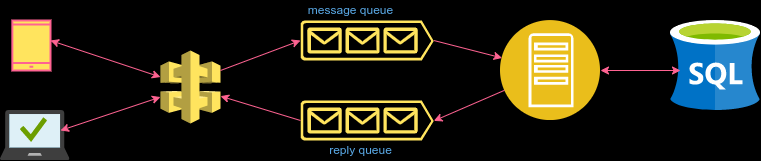
The draw.io diagram system-design.drawio.png in sderohan/todo-eda-go, before a commit. Source tidied: cells renumbered, new cells last; positions are measured from the earlier drawing's top-left corner, leaving out a move shared by most shapes.
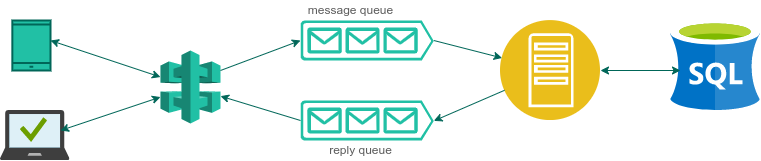
The same file after the commit.

What changed in the source:
```diff
@@ -1,64 +1,64 @@
-<mxGraphModel background="#000000">
+<mxGraphModel>
   <root>
     <mxCell id="0" />
     <mxCell id="1" parent="0" />
-    <mxCell id="2" style="html=1;verticalLabelPosition=bottom;align=center;verticalAlign=top;strokeWidth=2;strokeColor=#FF6392;shadow=0;dashed=0;shape=mxgraph.ios7.icons.smartphone;fillColor=#FFE45E;fontColor=#5AA9E6;rounded=0;" parent="1" vertex="1">
+    <mxCell id="2" style="html=1;verticalLabelPosition=bottom;align=center;verticalAlign=top;strokeWidth=2;strokeColor=#006658;shadow=0;dashed=0;shape=mxgraph.ios7.icons.smartphone;fillColor=#21C0A5;fontColor=#5C5C5C;rounded=0;" parent="1" vertex="1">
       <mxGeometry x="11.8" y="20" width="38.2" height="50" as="geometry" />
     </mxCell>
-    <mxCell id="3" style="sketch=0;html=1;align=center;image;fontSize=12;image=img/lib/mscae/Managed_Desktop.svg;fillColor=#FFE45E;strokeColor=#FF6392;fontColor=#5AA9E6;rounded=0;" parent="1" vertex="1">
+    <mxCell id="3" style="sketch=0;html=1;align=center;image;fontSize=12;image=img/lib/mscae/Managed_Desktop.svg;fillColor=#21C0A5;strokeColor=#006658;fontColor=#5C5C5C;rounded=0;" parent="1" vertex="1">
       <mxGeometry y="110" width="69.5" height="50" as="geometry" />
     </mxCell>
-    <mxCell id="4" style="outlineConnect=0;dashed=0;verticalLabelPosition=bottom;verticalAlign=top;align=center;html=1;shape=mxgraph.aws3.api_gateway;fillColor=#FFE45E;strokeColor=#FF6392;fontColor=#5AA9E6;rounded=0;" parent="1" vertex="1">
+    <mxCell id="4" style="outlineConnect=0;dashed=0;verticalLabelPosition=bottom;verticalAlign=top;align=center;html=1;shape=mxgraph.aws3.api_gateway;fillColor=#21C0A5;strokeColor=#006658;fontColor=#5C5C5C;rounded=0;" parent="1" vertex="1">
       <mxGeometry x="160" y="50" width="60" height="73" as="geometry" />
     </mxCell>
-    <mxCell id="5" style="sketch=0;shadow=0;dashed=0;html=1;strokeColor=none;labelPosition=center;verticalLabelPosition=bottom;verticalAlign=top;align=center;fillColor=#FFE45E;shape=mxgraph.azure.queue_generic;fontColor=#5AA9E6;rounded=0;" parent="1" vertex="1">
+    <mxCell id="5" style="sketch=0;shadow=0;dashed=0;html=1;strokeColor=none;labelPosition=center;verticalLabelPosition=bottom;verticalAlign=top;align=center;fillColor=#21C0A5;shape=mxgraph.azure.queue_generic;fontColor=#5C5C5C;rounded=0;" parent="1" vertex="1">
       <mxGeometry x="300" y="20" width="133.3" height="40" as="geometry" />
     </mxCell>
-    <mxCell id="6" style="perimeter=ellipsePerimeter;html=1;align=center;shadow=0;dashed=0;fontColor=#5AA9E6;fontSize=12;spacingTop=3;image;image=img/lib/ibm/applications/app_server.svg;fillColor=#FFE45E;strokeColor=#FF6392;rounded=0;" parent="1" vertex="1">
+    <mxCell id="6" style="perimeter=ellipsePerimeter;html=1;align=center;shadow=0;dashed=0;fontColor=#5C5C5C;fontSize=12;spacingTop=3;image;image=img/lib/ibm/applications/app_server.svg;fillColor=#21C0A5;strokeColor=#006658;rounded=0;" parent="1" vertex="1">
       <mxGeometry x="500" y="20" width="100" height="100" as="geometry" />
     </mxCell>
-    <mxCell id="7" style="sketch=0;shadow=0;dashed=0;html=1;strokeColor=none;labelPosition=center;verticalLabelPosition=bottom;verticalAlign=top;align=center;fillColor=#FFE45E;shape=mxgraph.azure.queue_generic;direction=east;fontColor=#5AA9E6;rounded=0;" parent="1" vertex="1">
+    <mxCell id="7" style="sketch=0;shadow=0;dashed=0;html=1;strokeColor=none;labelPosition=center;verticalLabelPosition=bottom;verticalAlign=top;align=center;fillColor=#21C0A5;shape=mxgraph.azure.queue_generic;direction=east;fontColor=#5C5C5C;rounded=0;" parent="1" vertex="1">
       <mxGeometry x="300" y="100" width="133.3" height="40" as="geometry" />
     </mxCell>
-    <mxCell id="8" style="sketch=0;html=1;align=center;image;fontSize=12;image=img/lib/mscae/dep/SQL_Server_Stretch_DB.svg;fillColor=#FFE45E;strokeColor=#FF6392;fontColor=#5AA9E6;rounded=0;" parent="1" vertex="1">
+    <mxCell id="8" style="sketch=0;html=1;align=center;image;fontSize=12;image=img/lib/mscae/dep/SQL_Server_Stretch_DB.svg;fillColor=#21C0A5;strokeColor=#006658;fontColor=#5C5C5C;rounded=0;" parent="1" vertex="1">
       <mxGeometry x="670" y="20" width="90" height="90" as="geometry" />
     </mxCell>
-    <mxCell id="9" style="endArrow=classic;html=1;rounded=0;strokeColor=#FF6392;fontColor=#5AA9E6;" parent="1" edge="1" target="6">
+    <mxCell id="9" style="endArrow=classic;html=1;rounded=0;strokeColor=#006658;fontColor=#5C5C5C;" parent="1" edge="1" target="6">
       <mxGeometry relative="1" as="geometry">
         <mxPoint x="433.3" y="40" as="sourcePoint" />
       </mxGeometry>
     </mxCell>
-    <mxCell id="10" style="endArrow=classic;html=1;rounded=0;entryX=1;entryY=0.51;entryDx=0;entryDy=0;entryPerimeter=0;strokeColor=#FF6392;fontColor=#5AA9E6;" parent="1" edge="1" source="6" target="7">
+    <mxCell id="10" style="endArrow=classic;html=1;rounded=0;entryX=1;entryY=0.51;entryDx=0;entryDy=0;entryPerimeter=0;strokeColor=#006658;fontColor=#5C5C5C;" parent="1" edge="1" source="6" target="7">
       <mxGeometry relative="1" as="geometry" />
     </mxCell>
-    <mxCell id="11" style="endArrow=classic;startArrow=classic;html=1;rounded=0;strokeColor=#FF6392;fontColor=#5AA9E6;" parent="1" edge="1" target="4">
+    <mxCell id="11" style="endArrow=classic;startArrow=classic;html=1;rounded=0;strokeColor=#006658;fontColor=#5C5C5C;" parent="1" edge="1" target="4">
       <mxGeometry relative="1" as="geometry">
         <mxPoint x="60" y="130" as="sourcePoint" />
       </mxGeometry>
     </mxCell>
-    <mxCell id="12" style="endArrow=classic;startArrow=classic;html=1;rounded=0;strokeColor=#FF6392;fontColor=#5AA9E6;" parent="1" edge="1" target="4">
+    <mxCell id="12" style="endArrow=classic;startArrow=classic;html=1;rounded=0;strokeColor=#006658;fontColor=#5C5C5C;" parent="1" edge="1" target="4">
       <mxGeometry relative="1" as="geometry">
         <mxPoint x="50" y="40" as="sourcePoint" />
       </mxGeometry>
     </mxCell>
-    <mxCell id="13" style="endArrow=classic;startArrow=classic;html=1;rounded=0;strokeColor=#FF6392;fontColor=#5AA9E6;" parent="1" edge="1">
+    <mxCell id="13" style="endArrow=classic;startArrow=classic;html=1;rounded=0;strokeColor=#006658;fontColor=#5C5C5C;" parent="1" edge="1">
       <mxGeometry relative="1" as="geometry">
         <mxPoint x="600" y="70" as="sourcePoint" />
         <mxPoint x="680" y="70" as="targetPoint" />
       </mxGeometry>
     </mxCell>
-    <mxCell id="14" style="endArrow=classic;html=1;rounded=0;exitX=0;exitY=0.5;exitDx=0;exitDy=0;exitPerimeter=0;strokeColor=#FF6392;fontColor=#5AA9E6;" parent="1" edge="1" source="7" target="4">
+    <mxCell id="14" style="endArrow=classic;html=1;rounded=0;exitX=0;exitY=0.5;exitDx=0;exitDy=0;exitPerimeter=0;strokeColor=#006658;fontColor=#5C5C5C;" parent="1" edge="1" source="7" target="4">
       <mxGeometry relative="1" as="geometry" />
     </mxCell>
-    <mxCell id="15" style="endArrow=classic;html=1;rounded=0;entryX=0;entryY=0.5;entryDx=0;entryDy=0;entryPerimeter=0;strokeColor=#FF6392;fontColor=#5AA9E6;" parent="1" edge="1" target="5">
+    <mxCell id="15" style="endArrow=classic;html=1;rounded=0;entryX=0;entryY=0.5;entryDx=0;entryDy=0;entryPerimeter=0;strokeColor=#006658;fontColor=#5C5C5C;" parent="1" edge="1" target="5">
       <mxGeometry relative="1" as="geometry">
         <mxPoint x="220" y="70" as="sourcePoint" />
       </mxGeometry>
     </mxCell>
-    <mxCell id="16" value="reply queue" style="text;html=1;align=center;verticalAlign=middle;strokeColor=none;fillColor=none;fontColor=#5AA9E6;rounded=0;" parent="1" vertex="1">
+    <mxCell id="16" value="reply queue" style="text;html=1;align=center;verticalAlign=middle;strokeColor=none;fillColor=none;fontColor=#5C5C5C;rounded=0;" parent="1" vertex="1">
       <mxGeometry x="320" y="140" width="80" height="20" as="geometry" />
     </mxCell>
-    <mxCell id="17" value="message queue" style="text;html=1;align=center;verticalAlign=middle;strokeColor=none;fillColor=none;fontColor=#5AA9E6;rounded=0;" parent="1" vertex="1">
+    <mxCell id="17" value="message queue" style="text;html=1;align=center;verticalAlign=middle;strokeColor=none;fillColor=none;fontColor=#5C5C5C;rounded=0;" parent="1" vertex="1">
       <mxGeometry x="300" width="100" height="20" as="geometry" />
     </mxCell>
   </root>
```
